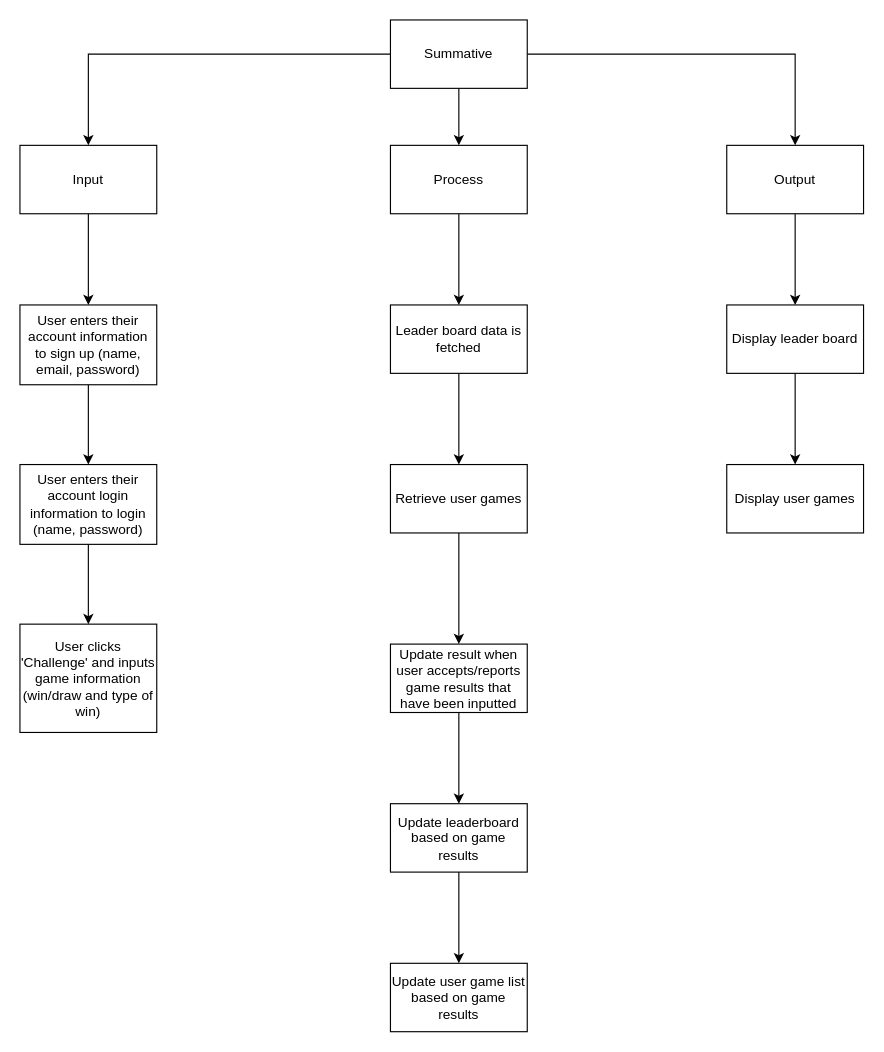
mh-anwar/ICS3U1 keeps this draw.io diagram as summative.drawio. Above is the earlier version. Source tidied: cells renumbered, new cells numbered last; positions are measured from the earlier drawing's top-left corner, leaving out a move shared by most shapes. Both pictures are drawn from the tidied source at 114%, with x=0, y=0 at pixel (19, 19).
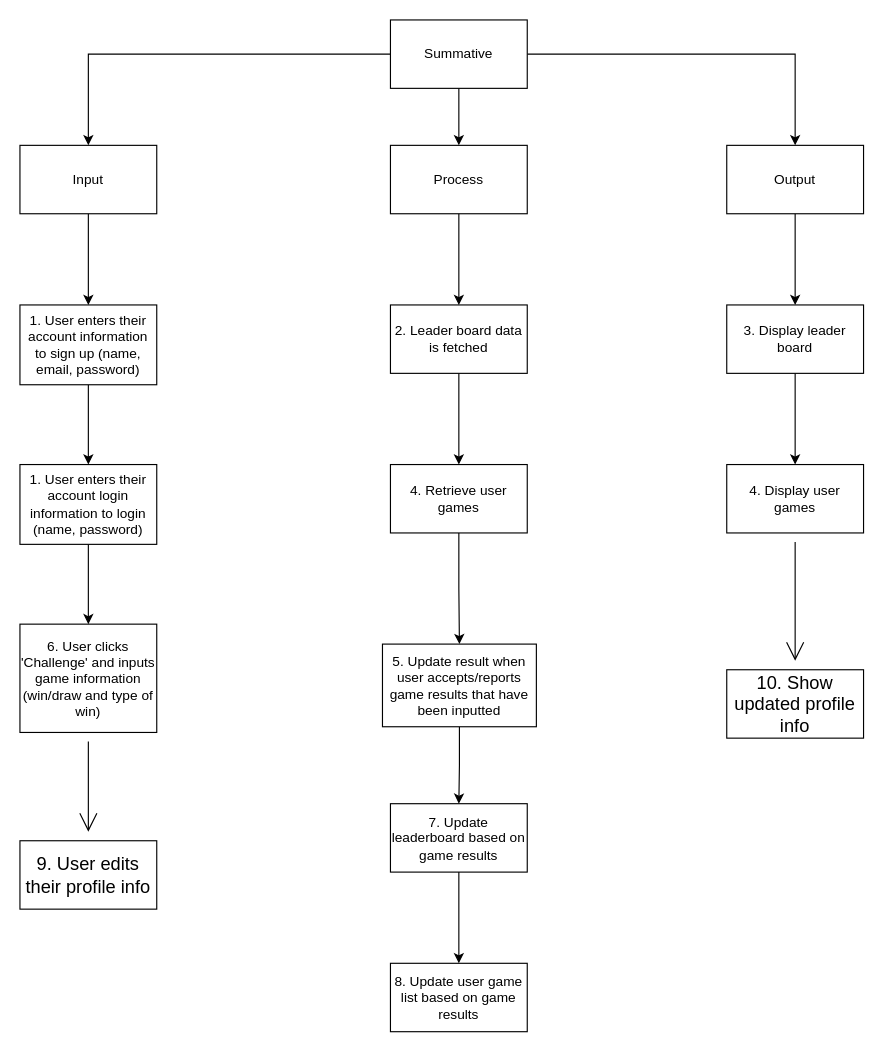
The same diagram, later.

Commit message:
Update Summative FlowChart

What changed in the source:
```diff
@@
-    <mxCell id="13" value="User enters their account information to sign up (name, email, password)" style="whiteSpace=wrap;html=1;rounded=0;" parent="1" vertex="1">
+    <mxCell id="13" value="1. User enters their account information to sign up (name, email, password)" style="whiteSpace=wrap;html=1;rounded=0;" parent="1" vertex="1">
       <mxGeometry y="250" width="120" height="70" as="geometry" />
     </mxCell>
@@
-    <mxCell id="15" value="Leader board data is fetched" style="whiteSpace=wrap;html=1;rounded=0;" parent="1" vertex="1">
+    <mxCell id="15" value="2. Leader board data is fetched" style="whiteSpace=wrap;html=1;rounded=0;" parent="1" vertex="1">
       <mxGeometry x="325" y="250" width="120" height="60" as="geometry" />
     </mxCell>
@@
-    <mxCell id="17" value="Retrieve user games" style="whiteSpace=wrap;html=1;rounded=0;" parent="1" vertex="1">
+    <mxCell id="17" value="4. Retrieve user games" style="whiteSpace=wrap;html=1;rounded=0;" parent="1" vertex="1">
       <mxGeometry x="325" y="390" width="120" height="60" as="geometry" />
     </mxCell>
@@
-    <mxCell id="19" value="User enters their account login information to login (name, password)" style="whiteSpace=wrap;html=1;rounded=0;" parent="1" vertex="1">
+    <mxCell id="19" value="1. User enters their account login information to login (name, password)" style="whiteSpace=wrap;html=1;rounded=0;" parent="1" vertex="1">
       <mxGeometry y="390" width="120" height="70" as="geometry" />
     </mxCell>
+    <mxCell id="29" style="edgeStyle=none;curved=1;rounded=0;jettySize=auto;html=1;fontSize=12;endArrow=open;startSize=14;endSize=14;sourcePerimeterSpacing=8;targetPerimeterSpacing=8;" parent="1" edge="1" source="20" target="31">
+      <mxGeometry relative="1" as="geometry" />
+    </mxCell>
-    <mxCell id="20" value="User clicks 'Challenge' and inputs game information (win/draw and type of win)" style="whiteSpace=wrap;html=1;rounded=0;" parent="1" vertex="1">
+    <mxCell id="20" value="6. User clicks 'Challenge' and inputs game information (win/draw and type of win)" style="whiteSpace=wrap;html=1;rounded=0;" parent="1" vertex="1">
       <mxGeometry y="530" width="120" height="95" as="geometry" />
     </mxCell>
@@
-    <mxCell id="22" value="Update result when user accepts/reports game results that have been inputted" style="whiteSpace=wrap;html=1;rounded=0;" parent="1" vertex="1">
-      <mxGeometry x="325" y="547.5" width="120" height="60" as="geometry" />
+    <mxCell id="22" value="5. Update result when user accepts/reports game results that have been inputted" style="whiteSpace=wrap;html=1;rounded=0;" parent="1" vertex="1">
+      <mxGeometry x="318" y="547.5" width="135" height="72.5" as="geometry" />
     </mxCell>
@@
-    <mxCell id="24" value="Update leaderboard based on game results" style="whiteSpace=wrap;html=1;rounded=0;" parent="1" vertex="1">
+    <mxCell id="24" value="7. Update leaderboard based on game results" style="whiteSpace=wrap;html=1;rounded=0;" parent="1" vertex="1">
       <mxGeometry x="325" y="687.5" width="120" height="60" as="geometry" />
     </mxCell>
-    <mxCell id="25" value="Update user game list based on game results" style="whiteSpace=wrap;html=1;rounded=0;" parent="1" vertex="1">
+    <mxCell id="25" value="8. Update user game list based on game results" style="whiteSpace=wrap;html=1;rounded=0;" parent="1" vertex="1">
       <mxGeometry x="325" y="827.5" width="120" height="60" as="geometry" />
     </mxCell>
@@
-    <mxCell id="27" value="Display leader board" style="whiteSpace=wrap;html=1;rounded=0;" parent="1" vertex="1">
+    <mxCell id="27" value="3. Display leader board" style="whiteSpace=wrap;html=1;rounded=0;" parent="1" vertex="1">
       <mxGeometry x="620" y="250" width="120" height="60" as="geometry" />
     </mxCell>
+    <mxCell id="30" style="edgeStyle=none;curved=1;rounded=0;jettySize=auto;html=1;fontSize=12;endArrow=open;startSize=14;endSize=14;sourcePerimeterSpacing=8;targetPerimeterSpacing=8;" parent="1" edge="1" source="28" target="32">
+      <mxGeometry relative="1" as="geometry" />
+    </mxCell>
-    <mxCell id="28" value="Display user games" style="whiteSpace=wrap;html=1;rounded=0;" parent="1" vertex="1">
+    <mxCell id="28" value="4. Display user games" style="whiteSpace=wrap;html=1;rounded=0;" parent="1" vertex="1">
       <mxGeometry x="620" y="390" width="120" height="60" as="geometry" />
     </mxCell>
+    <mxCell id="31" value="9. User edits their profile info" style="whiteSpace=wrap;html=1;rounded=0;fontSize=16;" parent="1" vertex="1">
+      <mxGeometry y="720" width="120" height="60" as="geometry" />
+    </mxCell>
+    <mxCell id="32" value="10. Show updated profile info" style="whiteSpace=wrap;html=1;rounded=0;fontSize=16;" parent="1" vertex="1">
+      <mxGeometry x="620" y="570" width="120" height="60" as="geometry" />
+    </mxCell>
```
